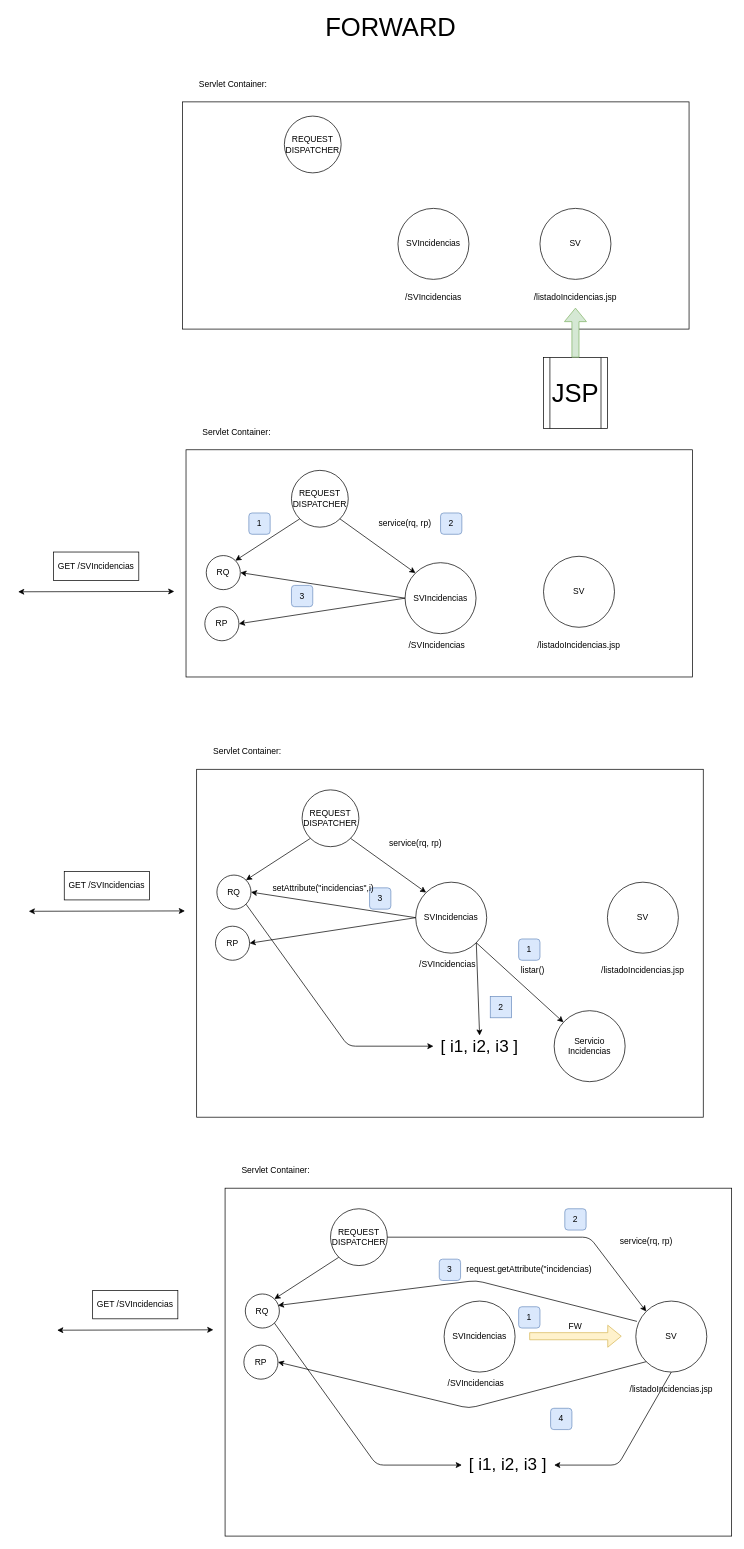
Before: page "Página-7" (7 of 30) of diagramas.drawio in lrag/JEE, a draw.io diagram. Source tidied: cells renumbered, new cells numbered last; positions are measured from the earlier drawing's top-left corner, leaving out a move shared by most shapes. Both pictures are drawn from the tidied source at 71%, with x=0, y=0 at pixel (18, 16).
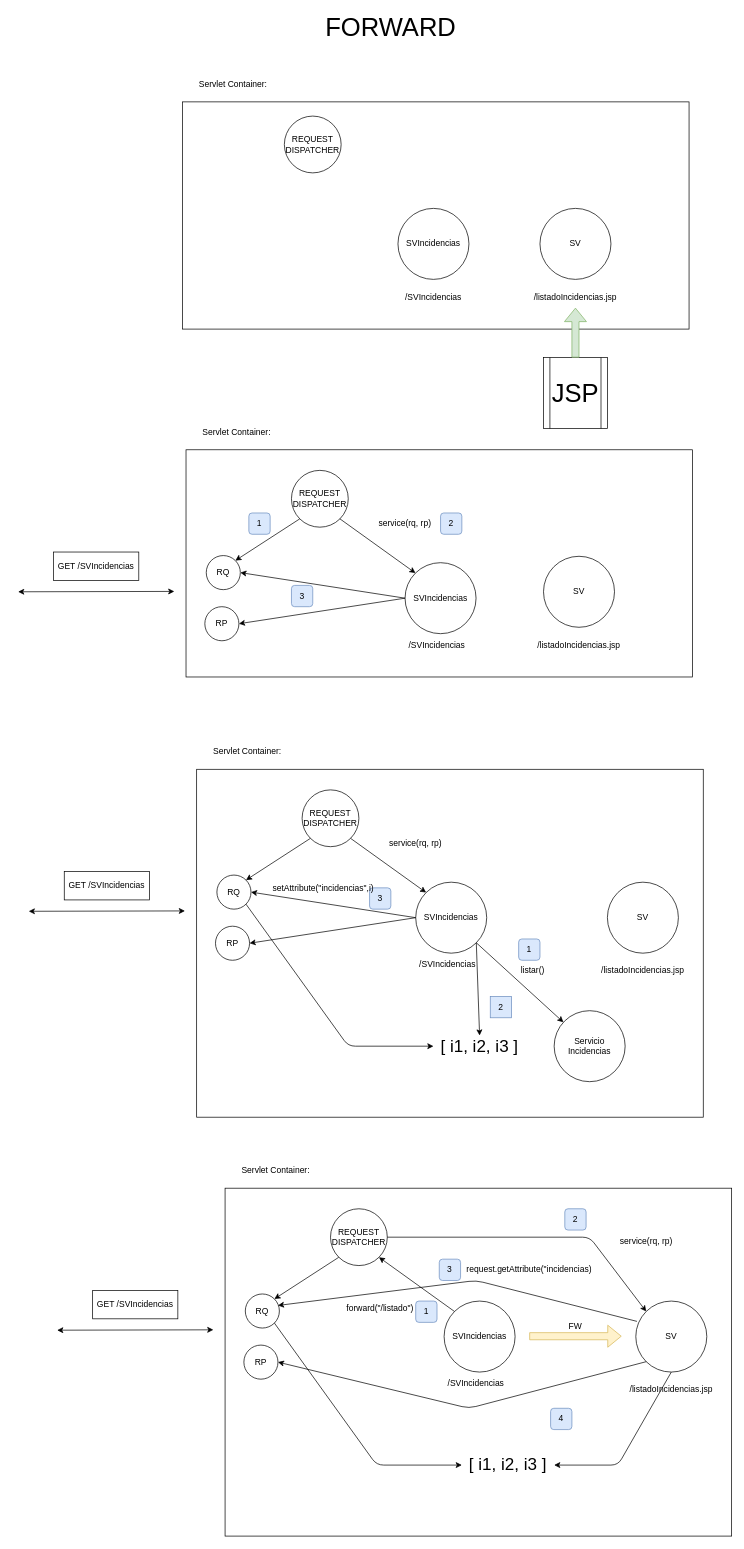
The same page after the edit.

The change refers to these unchanged cells:
```xml
<mxCell id="64" value="SVIncidencias" style="ellipse;whiteSpace=wrap;html=1;fillColor=none;" parent="1" vertex="1">
  <mxGeometry x="600" y="1809" width="100" height="100" as="geometry" />
</mxCell>
<mxCell id="65" value="REQUEST&lt;br&gt;DISPATCHER" style="ellipse;whiteSpace=wrap;html=1;fillColor=none;" parent="1" vertex="1">
  <mxGeometry x="440" y="1679" width="80" height="80" as="geometry" />
</mxCell>
```

Diff of the diagram source:
```diff
@@
     <mxCell id="77" value="1" style="rounded=1;whiteSpace=wrap;html=1;fillColor=#dae8fc;strokeColor=#6c8ebf;" parent="1" vertex="1">
-      <mxGeometry x="705" y="1817" width="30" height="30" as="geometry" />
+      <mxGeometry x="560" y="1809" width="30" height="30" as="geometry" />
     </mxCell>
@@
+    <mxCell id="83" style="endArrow=classic;html=1;rounded=1;entryX=1;entryY=1;entryDx=0;entryDy=0;exitX=0;exitY=0;exitDx=0;exitDy=0;" parent="1" edge="1" source="64" target="65">
+      <mxGeometry relative="1" as="geometry" />
+    </mxCell>
+    <mxCell id="84" value="forward(&quot;/listado&quot;)" style="text;html=1;strokeColor=none;fillColor=none;align=center;verticalAlign=middle;whiteSpace=wrap;rounded=0;fontSize=12;" parent="1" vertex="1">
+      <mxGeometry x="480" y="1804" width="60" height="30" as="geometry" />
+    </mxCell>
```
